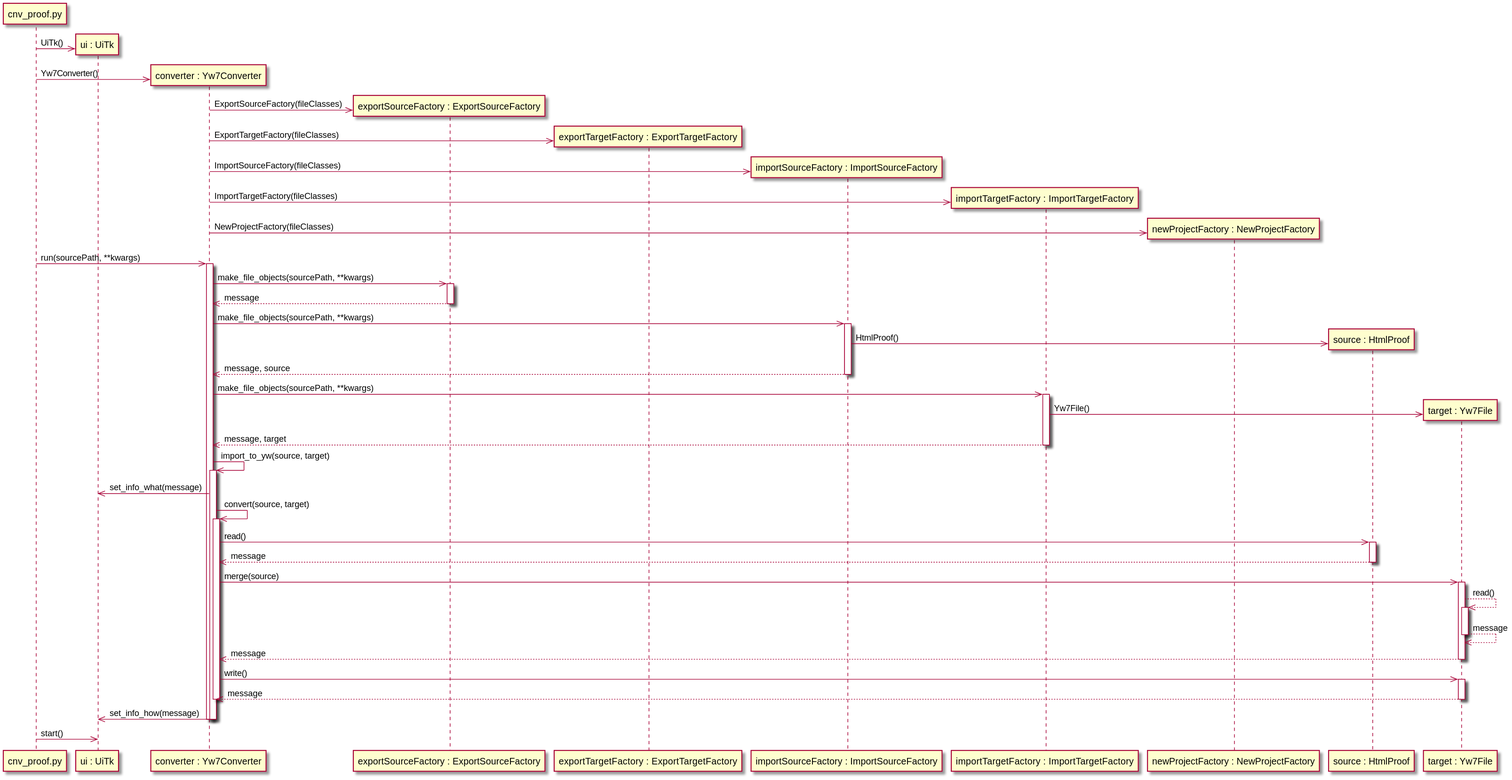
This is docs/img/sd_import_proof_to_yw.svg from peter88213/PyWriter, a PlantUML export, as it was before one commit.
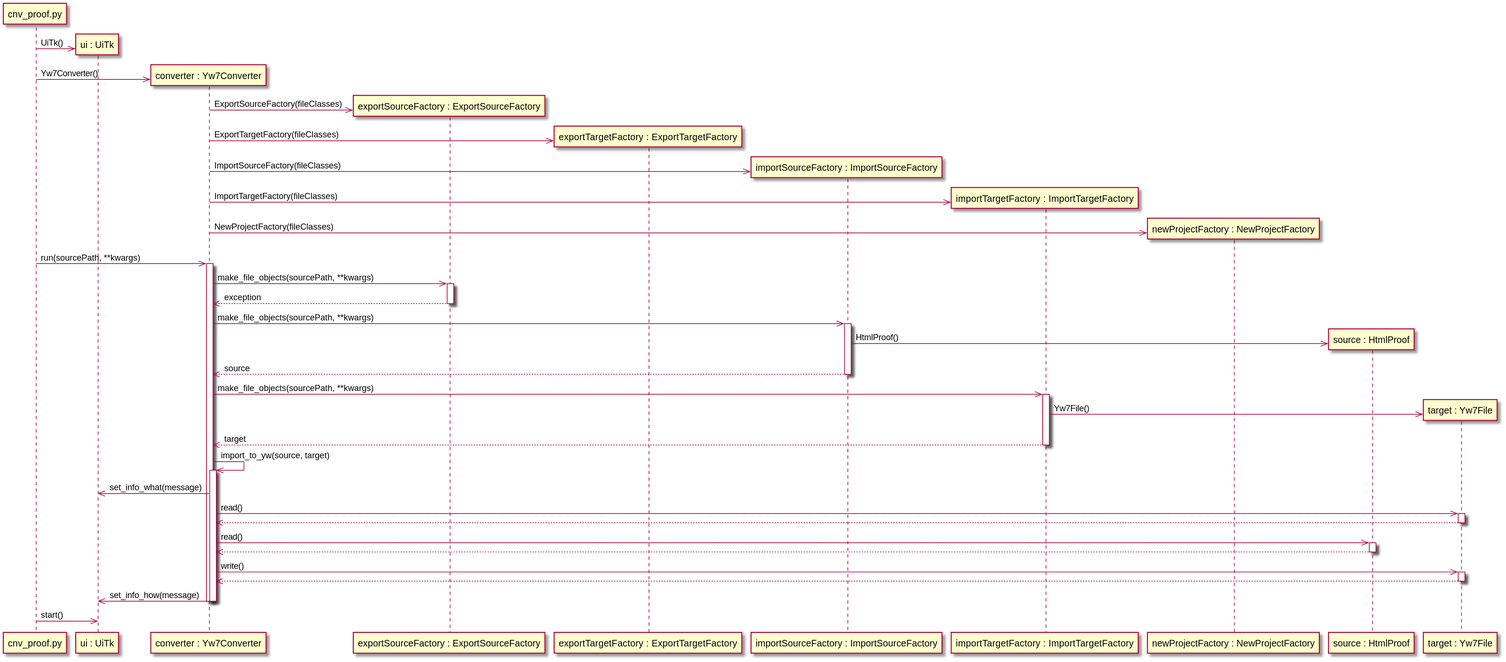
The same file after the commit.

Diff of the diagram source:
```diff
@@ -28,7 +28,7 @@
 converter ->> exportSourceFactory : make_file_objects(sourcePath, **kwargs)
 
 activate exportSourceFactory
-exportSourceFactory -->> converter : message
+exportSourceFactory -->> converter : exception
 deactivate exportSourceFactory
 
 converter ->> importSourceFactory : make_file_objects(sourcePath, **kwargs)
@@ -36,7 +36,7 @@
 activate importSourceFactory
 create "source : HtmlProof" as source
 importSourceFactory ->> source : HtmlProof()
-importSourceFactory -->> converter : message, source
+importSourceFactory -->> converter : source
 deactivate importSourceFactory
 
 converter ->> importTargetFactory : make_file_objects(sourcePath, **kwargs)
@@ -44,33 +44,26 @@
 activate importTargetFactory
 create "target : Yw7File" as target
 importTargetFactory ->> target : Yw7File()
-importTargetFactory -->> converter : message, target
+importTargetFactory -->> converter : target
 deactivate importTargetFactory
 
 converter ->> converter : import_to_yw(source, target)
 activate converter
 converter ->> "ui : UiTk" : set_info_what(message)
-converter ->> converter : convert(source, target)
-activate converter
+
+converter ->> target : read()
+activate target
+target -->> converter
+deactivate target
 
 converter ->> source : read()
 activate source
-source -->> converter : message
+source -->> converter
 deactivate source
-
-converter ->> target : merge(source)
-activate target
-target -->> target : read()
-activate target
-target -->> target : message
-deactivate target
-target -->>  converter : message
-deactivate target
 
 converter ->> target : write()
 activate target
-target -->>  converter : message
-deactivate converter
+target -->> converter
 deactivate target
 
 converter ->> "ui : UiTk" : set_info_how(message)
```
